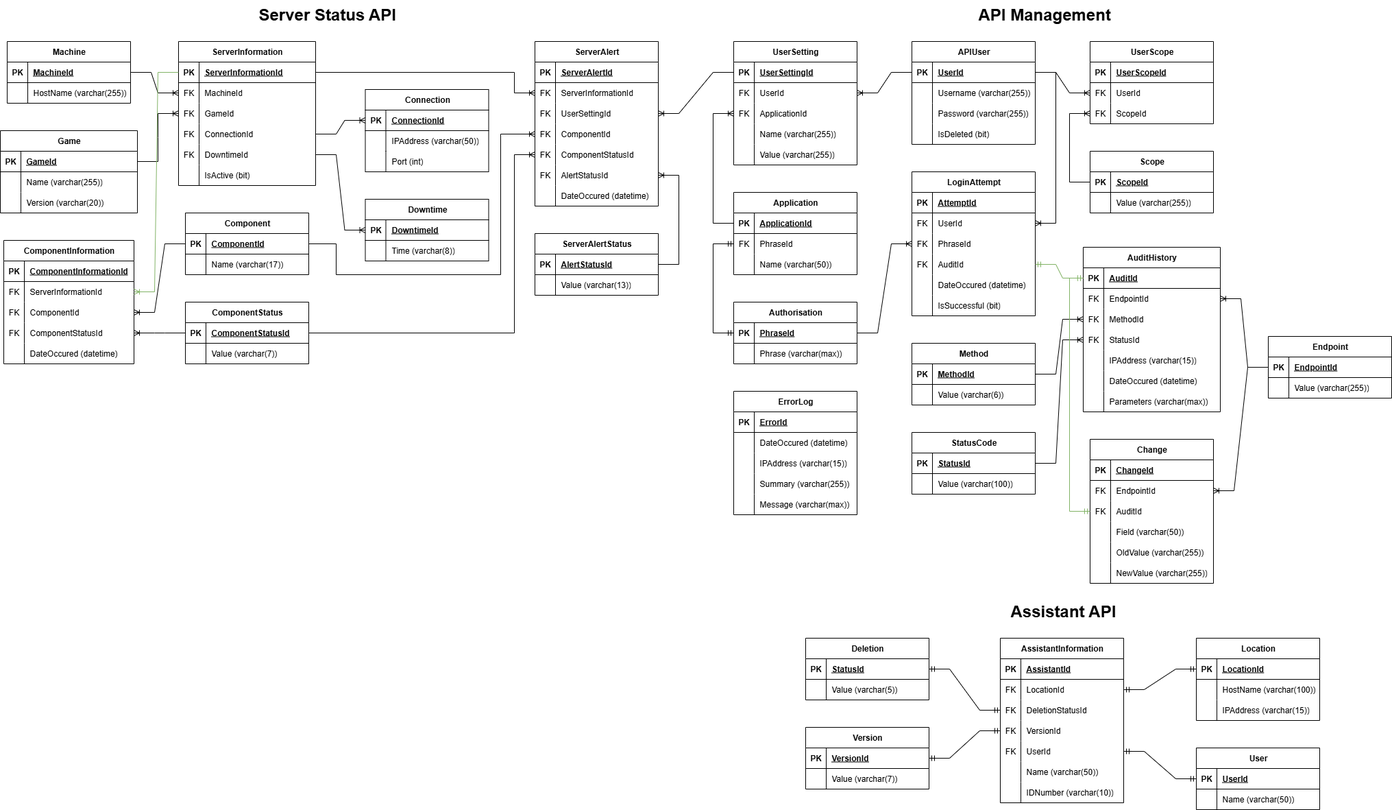
The draw.io diagram Database ERD.png in LegendarySpork9/Hunter-Industries-API, before a commit. Source tidied: cells renumbered, new cells last; positions are measured from the earlier drawing's top-left corner, leaving out a move shared by most shapes.
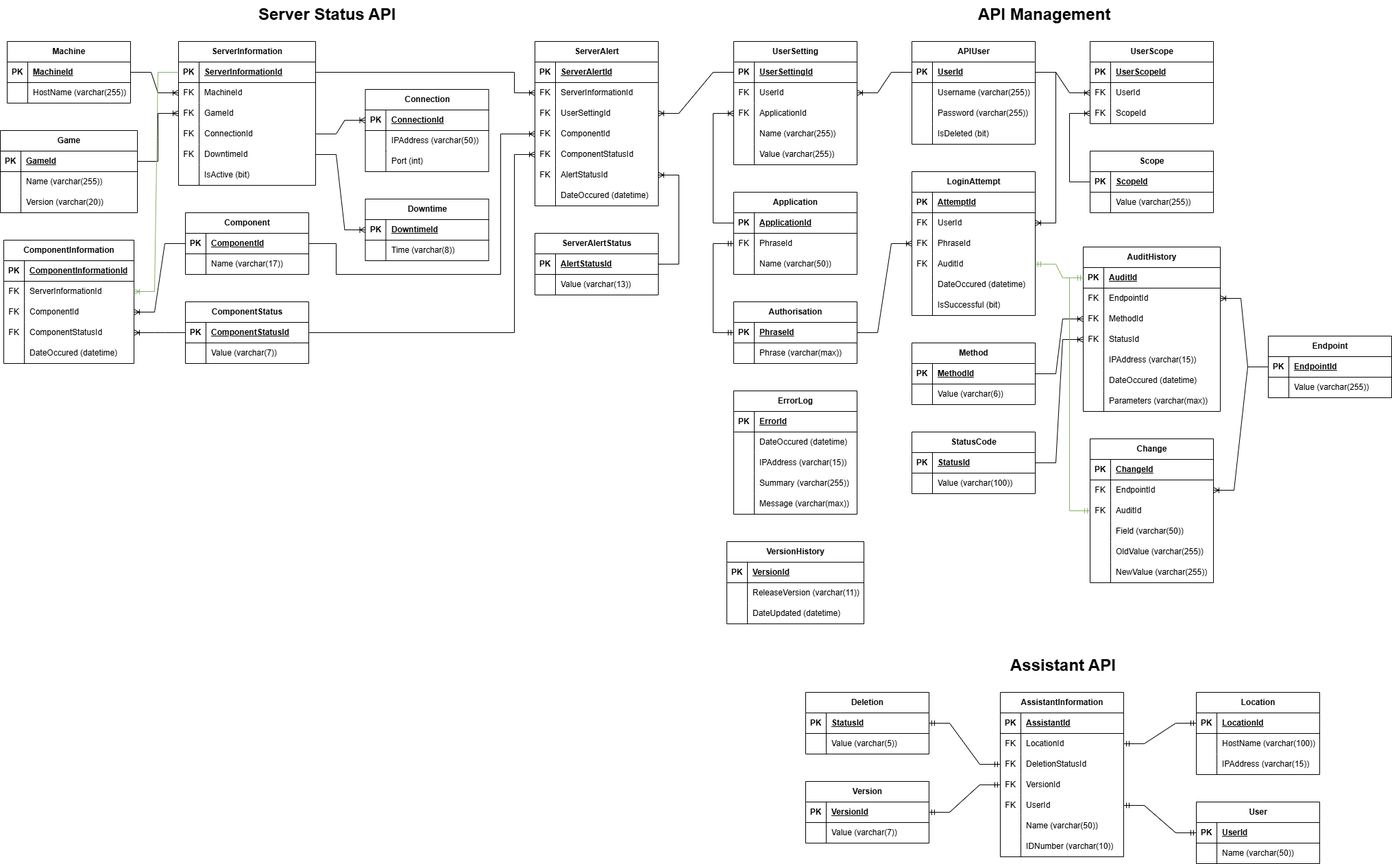
After the commit.

Commit message:
Database Upgrade Scripts

Diff of the diagram source:
```diff
@@ -24,7 +24,7 @@
       <mxGeometry x="30" width="150" height="30" as="geometry" />
     </mxCell>
     <mxCell id="9" value="AssistantInformation" style="shape=table;startSize=30;rowLines=0;fontStyle=1;align=center;html=1;" parent="1" vertex="1">
-      <mxGeometry x="1459" y="930" width="180" height="240" as="geometry" />
+      <mxGeometry x="1459" y="1010" width="180" height="240" as="geometry" />
     </mxCell>
     <mxCell id="10" style="shape=tableRow;horizontal=0;startSize=0;swimlaneHead=0;swimlaneBody=0;fillColor=none;top=0;left=0;right=0;bottom=1;" parent="9" vertex="1">
       <mxGeometry y="30" width="180" height="30" as="geometry" />
@@ -90,7 +90,7 @@
       <mxGeometry x="30" width="150" height="30" as="geometry" />
     </mxCell>
     <mxCell id="31" value="Location" style="shape=table;startSize=30;rowLines=0;fontStyle=1;align=center;html=1;" parent="1" vertex="1">
-      <mxGeometry x="1745" y="930" width="180" height="120" as="geometry" />
+      <mxGeometry x="1745" y="1010" width="180" height="120" as="geometry" />
     </mxCell>
     <mxCell id="32" style="shape=tableRow;horizontal=0;startSize=0;swimlaneHead=0;swimlaneBody=0;fillColor=none;points=[[0,0.5],[1,0.5]];portConstraint=eastwest;top=0;left=0;right=0;bottom=1;" parent="31" vertex="1">
       <mxGeometry y="30" width="180" height="30" as="geometry" />
@@ -120,7 +120,7 @@
       <mxGeometry x="30" width="150" height="30" as="geometry" />
     </mxCell>
     <mxCell id="41" value="User" style="shape=table;startSize=30;rowLines=0;fontStyle=1;align=center;html=1;" parent="1" vertex="1">
-      <mxGeometry x="1745" y="1090" width="180" height="90" as="geometry" />
+      <mxGeometry x="1745" y="1170" width="180" height="90" as="geometry" />
     </mxCell>
     <mxCell id="42" style="shape=tableRow;horizontal=0;startSize=0;swimlaneHead=0;swimlaneBody=0;fillColor=none;points=[[0,0.5],[1,0.5]];portConstraint=eastwest;top=0;left=0;right=0;bottom=1;" parent="41" vertex="1">
       <mxGeometry y="30" width="180" height="30" as="geometry" />
@@ -141,7 +141,7 @@
       <mxGeometry x="30" width="150" height="30" as="geometry" />
     </mxCell>
     <mxCell id="48" value="Deletion" style="shape=table;startSize=30;rowLines=0;fontStyle=1;align=center;html=1;" parent="1" vertex="1">
-      <mxGeometry x="1175" y="930" width="180" height="90" as="geometry" />
+      <mxGeometry x="1175" y="1010" width="180" height="90" as="geometry" />
     </mxCell>
     <mxCell id="49" style="shape=tableRow;horizontal=0;startSize=0;swimlaneHead=0;swimlaneBody=0;fillColor=none;points=[[0,0.5],[1,0.5]];portConstraint=eastwest;top=0;left=0;right=0;bottom=1;" parent="48" vertex="1">
       <mxGeometry y="30" width="180" height="30" as="geometry" />
@@ -171,7 +171,7 @@
       <mxGeometry relative="1" as="geometry" />
     </mxCell>
     <mxCell id="58" value="Version" style="shape=table;startSize=30;rowLines=0;fontStyle=1;align=center;html=1;" parent="1" vertex="1">
-      <mxGeometry x="1175" y="1060" width="180" height="90" as="geometry" />
+      <mxGeometry x="1175" y="1140" width="180" height="90" as="geometry" />
     </mxCell>
     <mxCell id="59" style="shape=tableRow;horizontal=0;startSize=0;swimlaneHead=0;swimlaneBody=0;fillColor=none;points=[[0,0.5],[1,0.5]];portConstraint=eastwest;top=0;left=0;right=0;bottom=1;" parent="58" vertex="1">
       <mxGeometry y="30" width="180" height="30" as="geometry" />
@@ -631,7 +631,7 @@
       </mxGeometry>
     </mxCell>
     <mxCell id="210" value="&lt;h1 style=&quot;margin-top: 0px;&quot;&gt;Assistant API&lt;/h1&gt;" style="text;html=1;whiteSpace=wrap;overflow=hidden;rounded=0;" parent="1" vertex="1">
-      <mxGeometry x="1472" y="870" width="156" height="40" as="geometry" />
+      <mxGeometry x="1472" y="950" width="156" height="40" as="geometry" />
     </mxCell>
     <mxCell id="211" value="UserSetting" style="shape=table;startSize=30;rowLines=0;fontStyle=1;align=center;html=1;" parent="1" vertex="1">
       <mxGeometry x="1070" y="60" width="180" height="180" as="geometry" />
@@ -1114,5 +1114,35 @@
     <mxCell id="358" style="edgeStyle=entityRelationEdgeStyle;fontSize=12;html=1;endArrow=ERoneToMany;rounded=0;entryX=0;entryY=0.5;entryDx=0;entryDy=0;exitX=1;exitY=0.5;exitDx=0;exitDy=0;" parent="1" edge="1" source="245" target="352">
       <mxGeometry relative="1" as="geometry" />
     </mxCell>
+    <mxCell id="359" value="VersionHistory" style="shape=table;startSize=30;rowLines=0;fontStyle=1;align=center;html=1;" parent="1" vertex="1">
+      <mxGeometry x="1060" y="790" width="200" height="120" as="geometry" />
+    </mxCell>
+    <mxCell id="360" style="shape=tableRow;horizontal=0;startSize=0;swimlaneHead=0;swimlaneBody=0;fillColor=none;top=0;left=0;right=0;bottom=1;" parent="359" vertex="1">
+      <mxGeometry y="30" width="200" height="30" as="geometry" />
+    </mxCell>
+    <mxCell id="361" value="PK" style="shape=partialRectangle;fillColor=none;top=0;left=0;bottom=0;right=0;fontStyle=1;overflow=hidden;whiteSpace=wrap;html=1;" parent="360" vertex="1">
+      <mxGeometry width="30" height="30" as="geometry" />
+    </mxCell>
+    <mxCell id="362" value="VersionId" style="shape=partialRectangle;fillColor=none;top=0;left=0;bottom=0;right=0;align=left;spacingLeft=6;fontStyle=5;overflow=hidden;whiteSpace=wrap;html=1;" parent="360" vertex="1">
+      <mxGeometry x="30" width="170" height="30" as="geometry" />
+    </mxCell>
+    <mxCell id="363" style="shape=tableRow;horizontal=0;startSize=0;swimlaneHead=0;swimlaneBody=0;fillColor=none;top=0;left=0;right=0;bottom=0;" parent="359" vertex="1">
+      <mxGeometry y="60" width="200" height="30" as="geometry" />
+    </mxCell>
+    <mxCell id="364" style="shape=partialRectangle;fillColor=none;top=0;left=0;bottom=0;right=0;overflow=hidden;whiteSpace=wrap;html=1;" parent="363" vertex="1">
+      <mxGeometry width="30" height="30" as="geometry" />
+    </mxCell>
+    <mxCell id="365" value="ReleaseVersion (varchar(11))" style="shape=partialRectangle;fillColor=none;top=0;left=0;bottom=0;right=0;align=left;spacingLeft=6;overflow=hidden;whiteSpace=wrap;html=1;" parent="363" vertex="1">
+      <mxGeometry x="30" width="170" height="30" as="geometry" />
+    </mxCell>
+    <mxCell id="366" style="shape=tableRow;horizontal=0;startSize=0;swimlaneHead=0;swimlaneBody=0;fillColor=none;top=0;left=0;right=0;bottom=0;" parent="359" vertex="1">
+      <mxGeometry y="90" width="200" height="30" as="geometry" />
+    </mxCell>
+    <mxCell id="367" style="shape=partialRectangle;fillColor=none;top=0;left=0;bottom=0;right=0;overflow=hidden;whiteSpace=wrap;html=1;" parent="366" vertex="1">
+      <mxGeometry width="30" height="30" as="geometry" />
+    </mxCell>
+    <mxCell id="368" value="DateUpdated (datetime)" style="shape=partialRectangle;fillColor=none;top=0;left=0;bottom=0;right=0;align=left;spacingLeft=6;overflow=hidden;whiteSpace=wrap;html=1;" parent="366" vertex="1">
+      <mxGeometry x="30" width="170" height="30" as="geometry" />
+    </mxCell>
   </root>
 </mxGraphModel>
```
